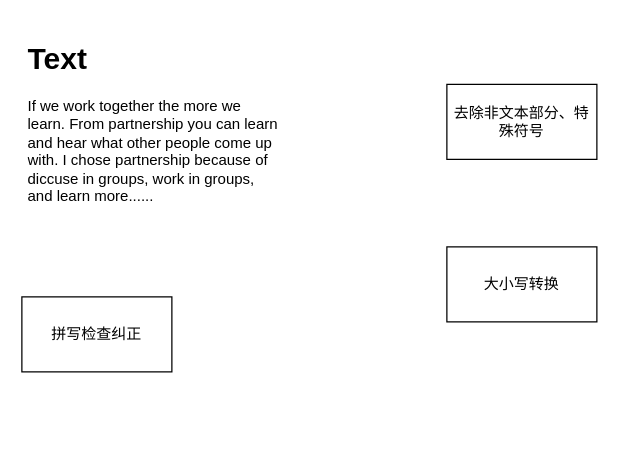
This is 大数据挖掘.drawio from GPlaying/brain_map, a draw.io file, before an edit. Source tidied: cells renumbered, new cells numbered last; positions are measured from the earlier drawing's top-left corner, leaving out a move shared by most shapes. Both pictures are drawn from the tidied source at 125%, with x=0, y=0 at pixel (21, 34).
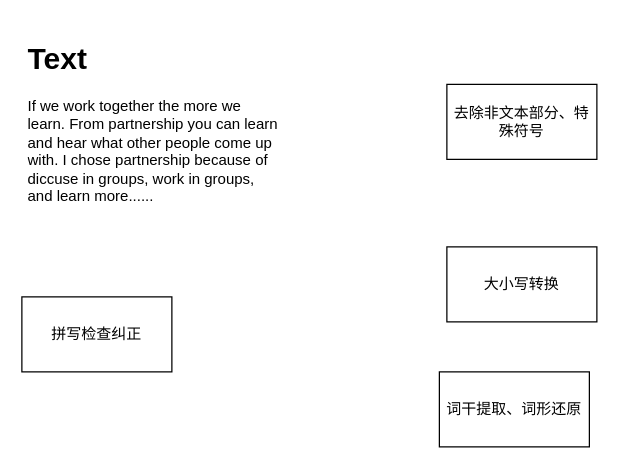
Above is the later version.

Commit message (it also covers changes not shown here):
更新大数据挖掘.drawio

Change to the diagram source:
```diff
@@
 <mxGraphModel>
   <root>
     <mxCell id="0" />
     <mxCell id="1" parent="0" />
     <mxCell id="2" value="&lt;h1&gt;Text&lt;/h1&gt;&lt;p&gt;If we work together the more we learn. From partnership you can learn and hear what other people come up with. I chose partnership because of diccuse in groups, work in groups, and learn more......&lt;/p&gt;&lt;p&gt;&lt;br&gt;&lt;/p&gt;&lt;p&gt;&lt;br&gt;&lt;/p&gt;" style="text;html=1;strokeColor=none;fillColor=none;spacing=5;spacingTop=-20;whiteSpace=wrap;overflow=hidden;rounded=0;" parent="1" vertex="1">
       <mxGeometry width="210" height="140" as="geometry" />
     </mxCell>
     <mxCell id="3" value="去除非文本部分、特殊符号" style="rounded=0;whiteSpace=wrap;html=1;" parent="1" vertex="1">
       <mxGeometry x="340" y="40" width="120" height="60" as="geometry" />
     </mxCell>
     <mxCell id="4" value="大小写转换" style="rounded=0;whiteSpace=wrap;html=1;" parent="1" vertex="1">
       <mxGeometry x="340" y="170" width="120" height="60" as="geometry" />
     </mxCell>
     <mxCell id="5" value="拼写检查纠正" style="rounded=0;whiteSpace=wrap;html=1;" parent="1" vertex="1">
       <mxGeometry y="210" width="120" height="60" as="geometry" />
     </mxCell>
+    <mxCell id="6" value="词干提取、词形还原" style="rounded=0;whiteSpace=wrap;html=1;" parent="1" vertex="1">
+      <mxGeometry x="334" y="270" width="120" height="60" as="geometry" />
+    </mxCell>
   </root>
 </mxGraphModel>
```
